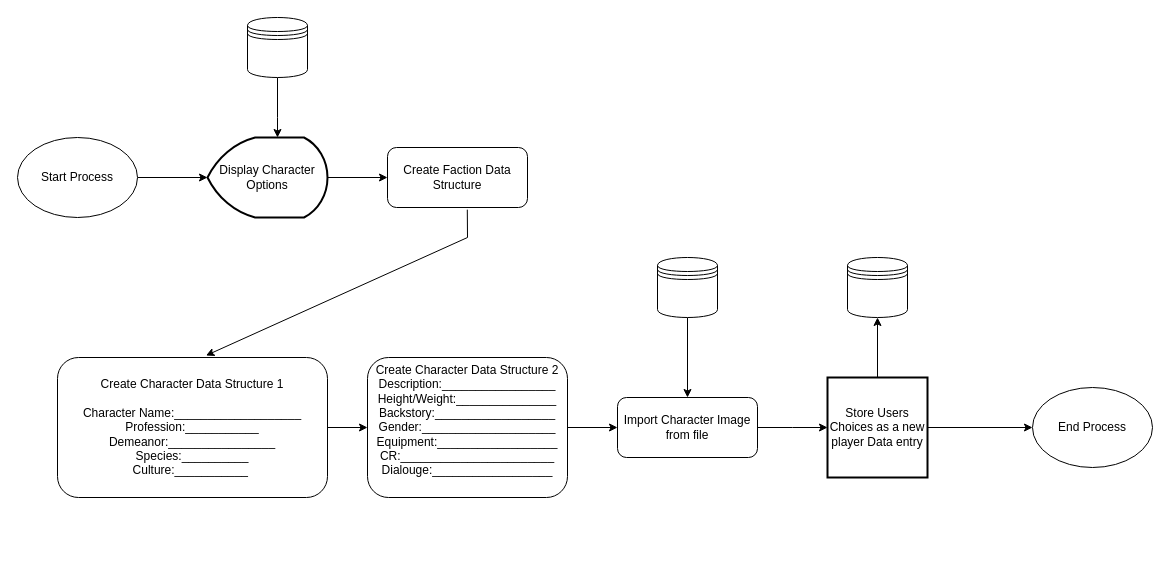
Earlier version of the draw.io diagram Phase2/Flowcharts/characterCreation/Project_Ilmatar_phase2_flowhart_Player_character_creation_2021_11_07.drawio (RPG-Research/bcirpg). Source tidied: cells renumbered, new cells numbered last; positions are measured from the earlier drawing's top-left corner, leaving out a move shared by most shapes. Both pictures are drawn from the tidied source at 100%, with x=0, y=0 at pixel (17, 17).
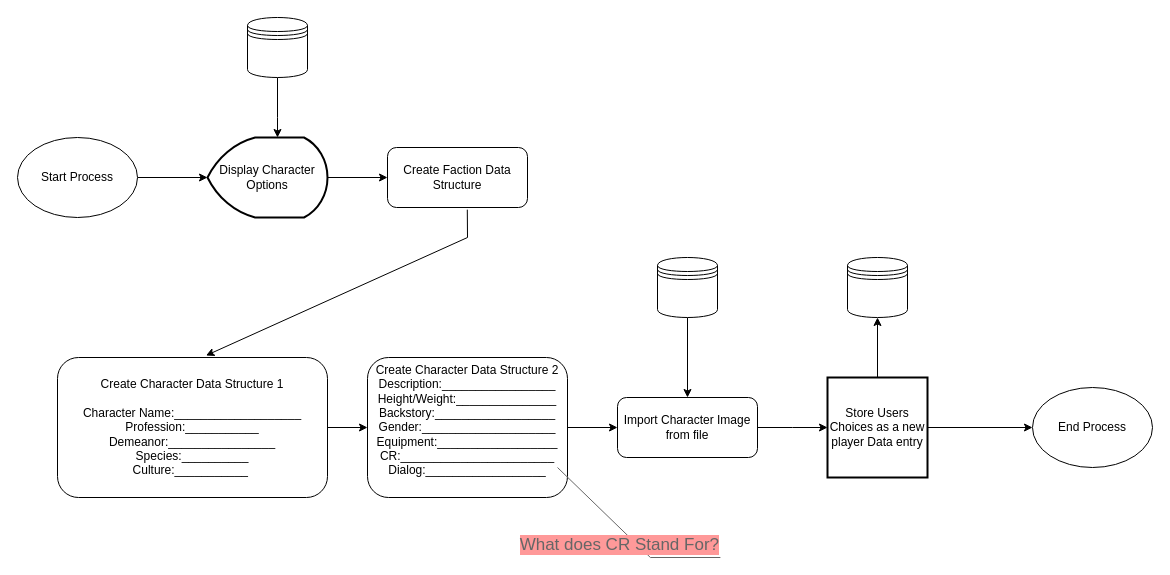
After the change.

Commit message (it also covers changes not shown here):
Started more diagrams, amd added callouts for anything that confused the team.

The edit, as a diff of the source:
```diff
@@
-    <mxCell id="12" value="Create Character Data Structure 2&lt;br&gt;&lt;div&gt;Description:_________________&lt;/div&gt;&lt;div&gt;Height/Weight:_______________&lt;/div&gt;&lt;div&gt;Backstory:__________________&lt;/div&gt;&lt;div&gt;Gender:____________________&lt;/div&gt;&lt;div&gt;Equipment:__________________&lt;/div&gt;&lt;div&gt;CR:_______________________&lt;/div&gt;&lt;div&gt;Dialouge:__________________&lt;/div&gt;&amp;nbsp;" style="rounded=1;whiteSpace=wrap;html=1;" parent="1" vertex="1">
+    <mxCell id="12" value="Create Character Data Structure 2&lt;br&gt;&lt;div&gt;Description:_________________&lt;/div&gt;&lt;div&gt;Height/Weight:_______________&lt;/div&gt;&lt;div&gt;Backstory:__________________&lt;/div&gt;&lt;div&gt;Gender:____________________&lt;/div&gt;&lt;div&gt;Equipment:__________________&lt;/div&gt;&lt;div&gt;CR:_______________________&lt;/div&gt;&lt;div&gt;Dialog:__________________&lt;/div&gt;&amp;nbsp;" style="rounded=1;whiteSpace=wrap;html=1;" parent="1" vertex="1">
       <mxGeometry x="350" y="340" width="200" height="140" as="geometry" />
     </mxCell>
@@
+    <mxCell id="23" value="What does CR Stand For?" style="strokeWidth=1;shadow=0;dashed=0;align=center;html=1;shape=mxgraph.mockup.text.callout;linkText=;textSize=17;textColor=#666666;callDir=SE;callStyle=line;fontSize=17;fontColor=#666666;align=right;verticalAlign=bottom;strokeColor=#666666;labelBackgroundColor=#FF9999;" parent="1" vertex="1">
+      <mxGeometry x="540" y="450" width="162.9" height="90" as="geometry" />
+    </mxCell>
```
